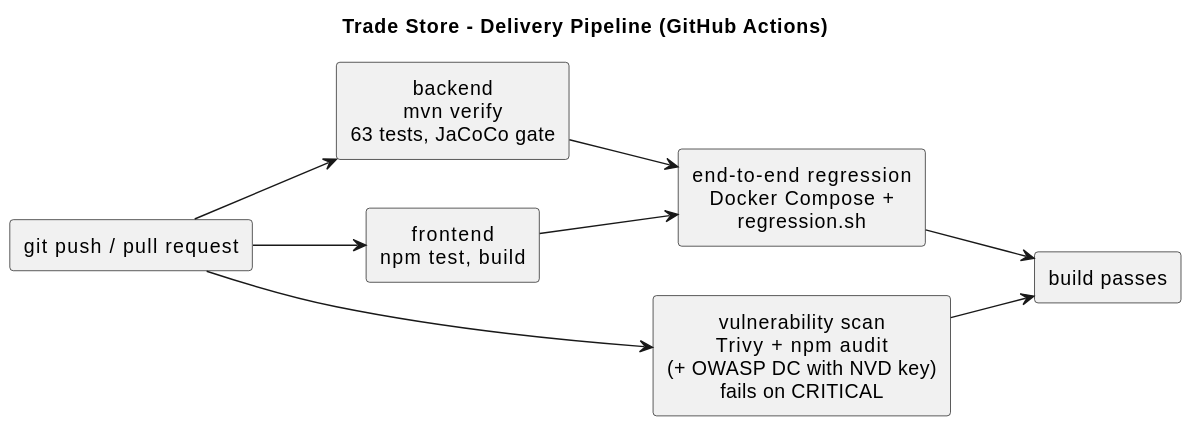
The PlantUML diagram docs/diagrams/cicd.svg in vijaydixitffis/dws-trade-app, before a commit.
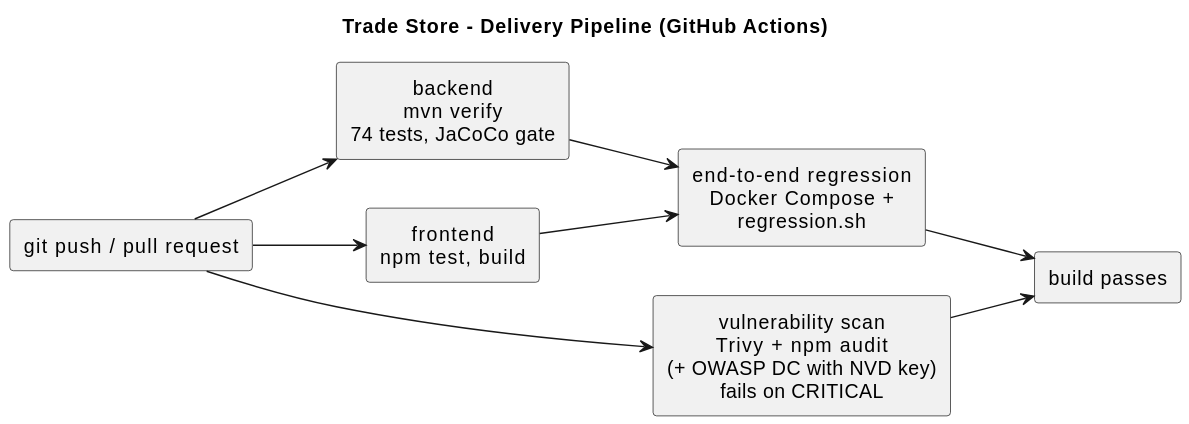
After the commit.

Diff of the diagram source:
```diff
@@ -5,7 +5,7 @@
 
 rectangle "git push / pull request" as push
 
-rectangle "backend\nmvn verify\n63 tests, JaCoCo gate" as backend
+rectangle "backend\nmvn verify\n74 tests, JaCoCo gate" as backend
 rectangle "frontend\nnpm test, build" as frontend
 rectangle "vulnerability scan\nTrivy + npm audit\n(+ OWASP DC with NVD key)\nfails on CRITICAL" as scan
 rectangle "end-to-end regression\nDocker Compose +\nregression.sh" as e2e
```
